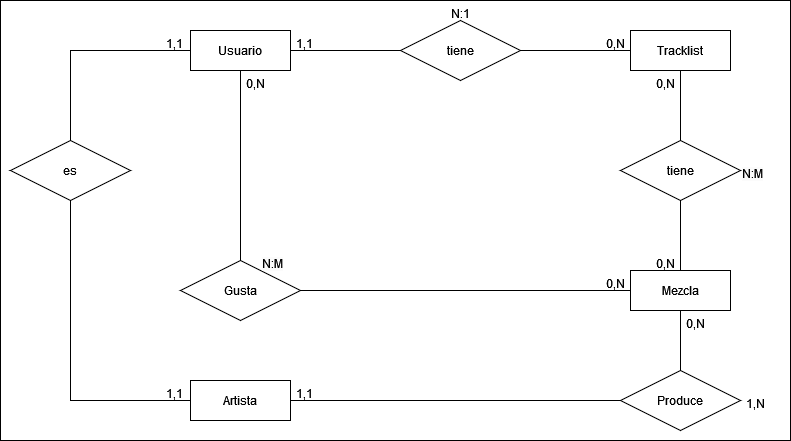
The draw.io diagram assets/img/Diagrama Entidad Relación GrooveBox.png in LukaLaKuka/GrooveBox, before a commit. Source tidied: cells renumbered, new cells last; positions are measured from the earlier drawing's top-left corner, leaving out a move shared by most shapes.
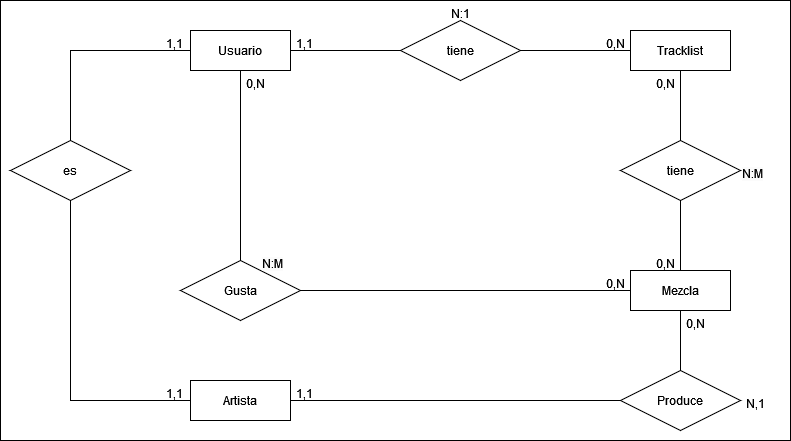
After the commit.

What changed in the source:
```diff
@@ -109,7 +109,7 @@
     <mxCell id="34" value="0,N" style="text;strokeColor=none;fillColor=none;spacingLeft=4;spacingRight=4;overflow=hidden;fontSize=12;whiteSpace=wrap;html=1;" parent="1" vertex="1">
       <mxGeometry x="680" y="310" width="30" height="20" as="geometry" />
     </mxCell>
-    <mxCell id="35" value="1,N" style="text;strokeColor=none;fillColor=none;spacingLeft=4;spacingRight=4;overflow=hidden;fontSize=12;whiteSpace=wrap;html=1;" parent="1" vertex="1">
+    <mxCell id="35" value="N,1" style="text;strokeColor=none;fillColor=none;spacingLeft=4;spacingRight=4;overflow=hidden;fontSize=12;whiteSpace=wrap;html=1;" parent="1" vertex="1">
       <mxGeometry x="740" y="390" width="30" height="20" as="geometry" />
     </mxCell>
   </root>
```
